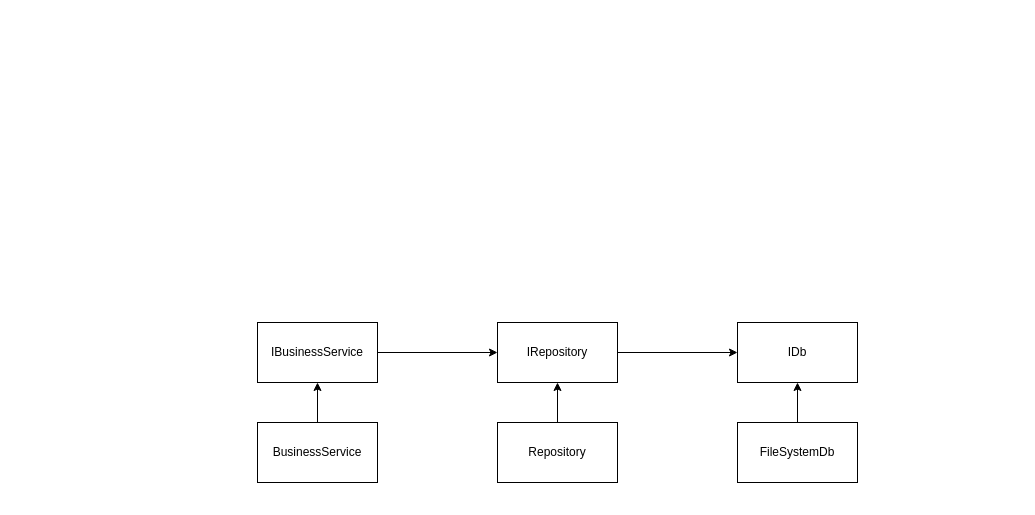
Earlier version of the draw.io diagram Untitled Diagram.drawio (khanermi/foot-matcher). Source tidied: cells renumbered, new cells numbered last; positions are measured from the earlier drawing's top-left corner, leaving out a move shared by most shapes. Both pictures are drawn from the tidied source at 100%, with x=0, y=0 at pixel (257, 322).
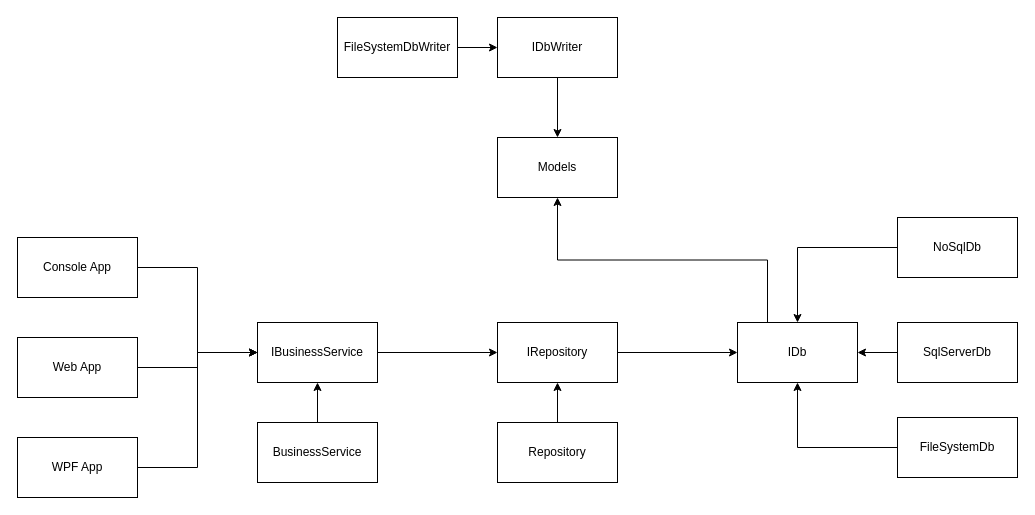
Above is the later version.

Unchanged cells that the change refers to:
```xml
<mxCell id="2" value="IDb" style="rounded=0;whiteSpace=wrap;html=1;" parent="1" vertex="1">
  <mxGeometry x="480" width="120" height="60" as="geometry" />
</mxCell>
<mxCell id="10" value="IBusinessService" style="rounded=0;whiteSpace=wrap;html=1;" parent="1" vertex="1">
  <mxGeometry width="120" height="60" as="geometry" />
</mxCell>
```

Diff of the diagram source:
```diff
@@
+    <mxCell id="13" style="edgeStyle=orthogonalEdgeStyle;rounded=0;jettySize=auto;html=1;exitX=0.25;exitY=0;exitDx=0;exitDy=0;entryX=0.5;entryY=1;entryDx=0;entryDy=0;" parent="1" edge="1" source="2" target="14">
+      <mxGeometry relative="1" as="geometry" />
+    </mxCell>
@@
     <mxCell id="4" value="FileSystemDb" style="rounded=0;whiteSpace=wrap;html=1;" parent="1" vertex="1">
-      <mxGeometry x="480" y="100" width="120" height="60" as="geometry" />
+      <mxGeometry x="640" y="95" width="120" height="60" as="geometry" />
     </mxCell>
@@
+    <mxCell id="14" value="Models" style="rounded=0;whiteSpace=wrap;html=1;" parent="1" vertex="1">
+      <mxGeometry x="240" y="-185" width="120" height="60" as="geometry" />
+    </mxCell>
+    <mxCell id="15" style="edgeStyle=orthogonalEdgeStyle;rounded=0;jettySize=auto;html=1;entryX=0.5;entryY=0;entryDx=0;entryDy=0;" parent="1" edge="1" source="16" target="14">
+      <mxGeometry relative="1" as="geometry" />
+    </mxCell>
+    <mxCell id="16" value="IDbWriter" style="rounded=0;whiteSpace=wrap;html=1;" parent="1" vertex="1">
+      <mxGeometry x="240" y="-305" width="120" height="60" as="geometry" />
+    </mxCell>
+    <mxCell id="17" style="edgeStyle=orthogonalEdgeStyle;rounded=0;jettySize=auto;html=1;" parent="1" edge="1" source="18" target="16">
+      <mxGeometry relative="1" as="geometry" />
+    </mxCell>
+    <mxCell id="18" value="FileSystemDbWriter" style="rounded=0;whiteSpace=wrap;html=1;" parent="1" vertex="1">
+      <mxGeometry x="80" y="-305" width="120" height="60" as="geometry" />
+    </mxCell>
+    <mxCell id="19" style="edgeStyle=orthogonalEdgeStyle;rounded=0;jettySize=auto;html=1;exitX=0;exitY=0.5;exitDx=0;exitDy=0;entryX=1;entryY=0.5;entryDx=0;entryDy=0;" parent="1" edge="1" source="20" target="2">
+      <mxGeometry relative="1" as="geometry" />
+    </mxCell>
+    <mxCell id="20" value="SqlServerDb" style="rounded=0;whiteSpace=wrap;html=1;" parent="1" vertex="1">
+      <mxGeometry x="640" width="120" height="60" as="geometry" />
+    </mxCell>
+    <mxCell id="21" style="edgeStyle=orthogonalEdgeStyle;rounded=0;jettySize=auto;html=1;exitX=1;exitY=0.5;exitDx=0;exitDy=0;entryX=0;entryY=0.5;entryDx=0;entryDy=0;" parent="1" edge="1" source="22" target="10">
+      <mxGeometry relative="1" as="geometry" />
+    </mxCell>
+    <mxCell id="22" value="Console App" style="rounded=0;whiteSpace=wrap;html=1;" parent="1" vertex="1">
+      <mxGeometry x="-240" y="-85" width="120" height="60" as="geometry" />
+    </mxCell>
+    <mxCell id="23" style="edgeStyle=orthogonalEdgeStyle;rounded=0;jettySize=auto;html=1;entryX=0;entryY=0.5;entryDx=0;entryDy=0;" parent="1" edge="1" source="24" target="10">
+      <mxGeometry relative="1" as="geometry" />
+    </mxCell>
+    <mxCell id="24" value="Web App" style="rounded=0;whiteSpace=wrap;html=1;" parent="1" vertex="1">
+      <mxGeometry x="-240" y="15" width="120" height="60" as="geometry" />
+    </mxCell>
+    <mxCell id="25" style="edgeStyle=orthogonalEdgeStyle;rounded=0;jettySize=auto;html=1;exitX=1;exitY=0.5;exitDx=0;exitDy=0;entryX=0;entryY=0.5;entryDx=0;entryDy=0;" parent="1" edge="1" source="26" target="10">
+      <mxGeometry relative="1" as="geometry" />
+    </mxCell>
+    <mxCell id="26" value="WPF App" style="rounded=0;whiteSpace=wrap;html=1;" parent="1" vertex="1">
+      <mxGeometry x="-240" y="115" width="120" height="60" as="geometry" />
+    </mxCell>
+    <mxCell id="27" style="edgeStyle=orthogonalEdgeStyle;rounded=0;jettySize=auto;html=1;entryX=0.5;entryY=0;entryDx=0;entryDy=0;" parent="1" edge="1" source="28" target="2">
+      <mxGeometry relative="1" as="geometry" />
+    </mxCell>
+    <mxCell id="28" value="NoSqlDb" style="rounded=0;whiteSpace=wrap;html=1;" parent="1" vertex="1">
+      <mxGeometry x="640" y="-105" width="120" height="60" as="geometry" />
+    </mxCell>
```
